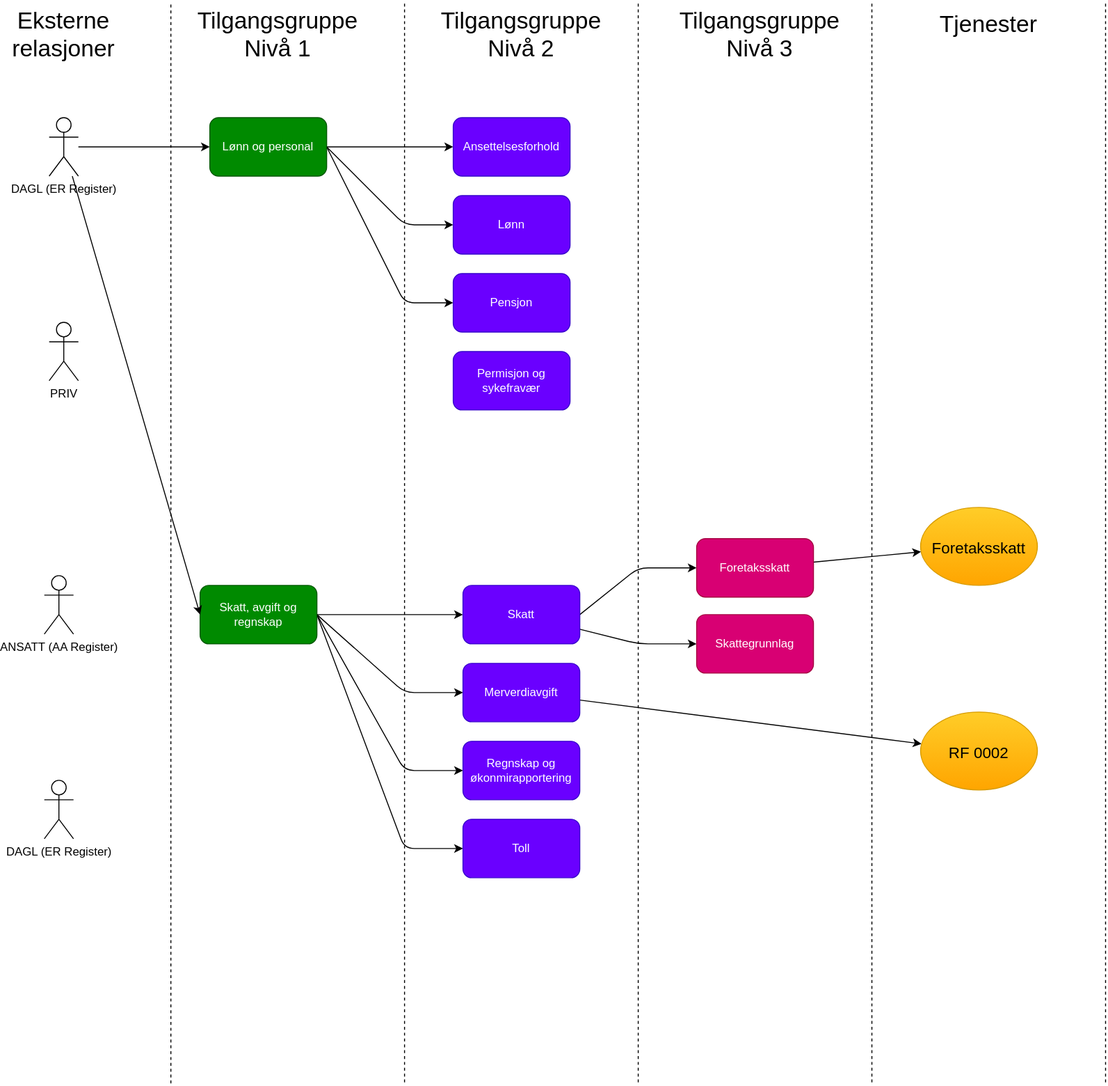
This is content/technology/architecture/components/application/solution/altinn-platform/authorization/accessgroups/hierchy.drawio.svg from Altinn/altinn-studio-docs, a draw.io export, as it was before one commit. Source tidied: cells renumbered, new cells last; positions are measured from the earlier drawing's top-left corner, leaving out a move shared by most shapes.
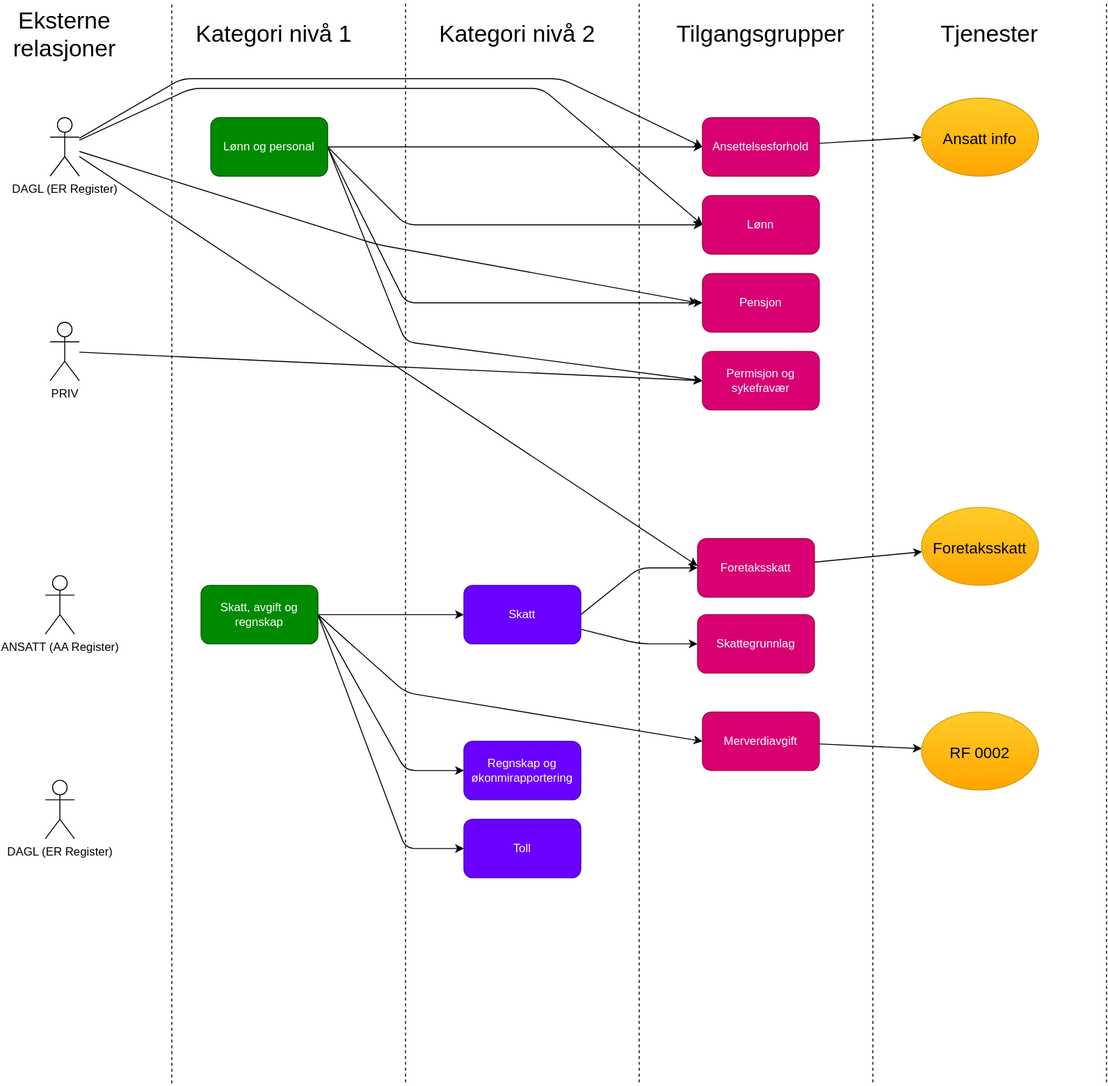
Later version of the same file.

What changed in the source:
```diff
@@ -19,6 +19,13 @@
         </Array>
       </mxGeometry>
     </mxCell>
+    <mxCell id="43" style="edgeStyle=none;html=1;entryX=0;entryY=0.5;entryDx=0;entryDy=0;exitX=1;exitY=0.5;exitDx=0;exitDy=0;" parent="1" edge="1" source="5" target="40">
+      <mxGeometry relative="1" as="geometry">
+        <Array as="points">
+          <mxPoint x="380" y="350" />
+        </Array>
+      </mxGeometry>
+    </mxCell>
     <mxCell id="5" value="Lønn og personal" style="rounded=1;whiteSpace=wrap;html=1;fillColor=#008a00;fontColor=#ffffff;strokeColor=#005700;" parent="1" vertex="1">
       <mxGeometry x="180" y="120" width="120" height="60" as="geometry" />
     </mxCell>
@@ -69,8 +76,8 @@
     <mxCell id="14" style="edgeStyle=none;html=1;fontSize=10;" parent="1" edge="1" source="15" target="42">
       <mxGeometry relative="1" as="geometry" />
     </mxCell>
-    <mxCell id="15" value="Merverdiavgift" style="rounded=1;whiteSpace=wrap;html=1;fillColor=#6a00ff;fontColor=#ffffff;strokeColor=#3700CC;" parent="1" vertex="1">
-      <mxGeometry x="440" y="680" width="120" height="60" as="geometry" />
+    <mxCell id="15" value="Merverdiavgift" style="rounded=1;whiteSpace=wrap;html=1;fillColor=#d80073;fontColor=#ffffff;strokeColor=#A50040;" parent="1" vertex="1">
+      <mxGeometry x="685" y="730" width="120" height="60" as="geometry" />
     </mxCell>
     <mxCell id="16" value="Regnskap og økonmirapportering" style="rounded=1;whiteSpace=wrap;html=1;fillColor=#6a00ff;fontColor=#ffffff;strokeColor=#3700CC;" parent="1" vertex="1">
       <mxGeometry x="440" y="760" width="120" height="60" as="geometry" />
@@ -78,15 +85,42 @@
     <mxCell id="17" value="Toll" style="rounded=1;whiteSpace=wrap;html=1;fillColor=#6a00ff;fontColor=#ffffff;strokeColor=#3700CC;" parent="1" vertex="1">
       <mxGeometry x="440" y="840" width="120" height="60" as="geometry" />
     </mxCell>
-    <mxCell id="18" style="edgeStyle=none;html=1;entryX=0;entryY=0.5;entryDx=0;entryDy=0;fontSize=24;" parent="1" edge="1" source="20" target="5">
-      <mxGeometry relative="1" as="geometry" />
+    <mxCell id="18" style="edgeStyle=none;html=1;fontSize=24;entryX=0;entryY=0.5;entryDx=0;entryDy=0;" parent="1" edge="1" source="20" target="37">
+      <mxGeometry relative="1" as="geometry">
+        <Array as="points">
+          <mxPoint x="150" y="80" />
+          <mxPoint x="350" y="80" />
+          <mxPoint x="540" y="80" />
+        </Array>
+      </mxGeometry>
     </mxCell>
-    <mxCell id="19" style="edgeStyle=none;html=1;entryX=0;entryY=0.5;entryDx=0;entryDy=0;fontSize=24;" parent="1" edge="1" source="20" target="10">
-      <mxGeometry relative="1" as="geometry" />
+    <mxCell id="19" style="edgeStyle=none;html=1;fontSize=24;" parent="1" edge="1" source="20">
+      <mxGeometry relative="1" as="geometry">
+        <mxPoint x="680" y="580" as="targetPoint" />
+      </mxGeometry>
     </mxCell>
+    <mxCell id="44" style="edgeStyle=none;html=1;entryX=0;entryY=0.5;entryDx=0;entryDy=0;" parent="1" edge="1" source="20" target="38">
+      <mxGeometry relative="1" as="geometry">
+        <Array as="points">
+          <mxPoint x="160" y="90" />
+          <mxPoint x="520" y="90" />
+        </Array>
+      </mxGeometry>
+    </mxCell>
+    <mxCell id="45" style="edgeStyle=none;html=1;" parent="1" edge="1" source="20">
+      <mxGeometry relative="1" as="geometry">
+        <mxPoint x="680" y="310" as="targetPoint" />
+        <Array as="points">
+          <mxPoint x="350" y="250" />
+        </Array>
+      </mxGeometry>
+    </mxCell>
     <mxCell id="20" value="DAGL (ER Register)" style="shape=umlActor;verticalLabelPosition=bottom;verticalAlign=top;html=1;outlineConnect=0;" parent="1" vertex="1">
       <mxGeometry x="15" y="120" width="30" height="60" as="geometry" />
     </mxCell>
+    <mxCell id="46" style="edgeStyle=none;html=1;entryX=0;entryY=0.5;entryDx=0;entryDy=0;" parent="1" edge="1" source="21" target="40">
+      <mxGeometry relative="1" as="geometry" />
+    </mxCell>
     <mxCell id="21" value="PRIV" style="shape=umlActor;verticalLabelPosition=bottom;verticalAlign=top;html=1;outlineConnect=0;" parent="1" vertex="1">
       <mxGeometry x="15" y="330" width="30" height="60" as="geometry" />
     </mxCell>
@@ -138,29 +172,32 @@
     <mxCell id="32" value="DAGL (ER Register)" style="shape=umlActor;verticalLabelPosition=bottom;verticalAlign=top;html=1;" parent="1" vertex="1">
       <mxGeometry x="10" y="800" width="30" height="60" as="geometry" />
     </mxCell>
-    <mxCell id="33" value="&lt;span style=&quot;font-size: 24px&quot;&gt;Tilgangsgruppe&lt;br&gt;Nivå 1&lt;br&gt;&lt;/span&gt;" style="text;html=1;strokeColor=none;fillColor=none;align=center;verticalAlign=middle;whiteSpace=wrap;rounded=0;" parent="1" vertex="1">
-      <mxGeometry x="170" y="20" width="160" height="30" as="geometry" />
+    <mxCell id="33" value="&lt;span style=&quot;font-size: 24px&quot;&gt;Kategori nivå 1&lt;br&gt;&lt;/span&gt;" style="text;html=1;strokeColor=none;fillColor=none;align=center;verticalAlign=middle;whiteSpace=wrap;rounded=0;" parent="1" vertex="1">
+      <mxGeometry x="160" y="20" width="170" height="30" as="geometry" />
     </mxCell>
-    <mxCell id="34" value="&lt;span style=&quot;font-size: 24px&quot;&gt;Tilgangsgruppe&lt;br&gt;Nivå 2&lt;br&gt;&lt;/span&gt;" style="text;html=1;strokeColor=none;fillColor=none;align=center;verticalAlign=middle;whiteSpace=wrap;rounded=0;" parent="1" vertex="1">
-      <mxGeometry x="420" y="20" width="160" height="30" as="geometry" />
+    <mxCell id="34" value="&lt;span style=&quot;font-size: 24px&quot;&gt;Kategori nivå 2&lt;br&gt;&lt;/span&gt;" style="text;html=1;strokeColor=none;fillColor=none;align=center;verticalAlign=middle;whiteSpace=wrap;rounded=0;" parent="1" vertex="1">
+      <mxGeometry x="410" y="20" width="170" height="30" as="geometry" />
     </mxCell>
-    <mxCell id="35" value="&lt;span style=&quot;font-size: 24px&quot;&gt;Tilgangsgruppe&lt;br&gt;Nivå 3&lt;br&gt;&lt;/span&gt;" style="text;html=1;strokeColor=none;fillColor=none;align=center;verticalAlign=middle;whiteSpace=wrap;rounded=0;" parent="1" vertex="1">
+    <mxCell id="35" value="&lt;span style=&quot;font-size: 24px&quot;&gt;Tilgangsgrupper&lt;br&gt;&lt;/span&gt;" style="text;html=1;strokeColor=none;fillColor=none;align=center;verticalAlign=middle;whiteSpace=wrap;rounded=0;" parent="1" vertex="1">
       <mxGeometry x="665" y="20" width="160" height="30" as="geometry" />
     </mxCell>
     <mxCell id="36" value="&lt;span style=&quot;font-size: 24px&quot;&gt;Tjenester&lt;br&gt;&lt;/span&gt;" style="text;html=1;strokeColor=none;fillColor=none;align=center;verticalAlign=middle;whiteSpace=wrap;rounded=0;" parent="1" vertex="1">
-      <mxGeometry x="900" y="10" width="160" height="30" as="geometry" />
+      <mxGeometry x="900" y="20" width="160" height="30" as="geometry" />
     </mxCell>
+    <mxCell id="47" style="edgeStyle=none;html=1;entryX=0;entryY=0.5;entryDx=0;entryDy=0;" parent="1" edge="1" source="37" target="48">
+      <mxGeometry relative="1" as="geometry" />
+    </mxCell>
-    <mxCell id="37" value="Ansettelsesforhold" style="rounded=1;whiteSpace=wrap;html=1;fillColor=#6a00ff;fontColor=#ffffff;strokeColor=#3700CC;" parent="1" vertex="1">
-      <mxGeometry x="430" y="120" width="120" height="60" as="geometry" />
+    <mxCell id="37" value="Ansettelsesforhold" style="rounded=1;whiteSpace=wrap;html=1;fillColor=#d80073;fontColor=#ffffff;strokeColor=#A50040;" parent="1" vertex="1">
+      <mxGeometry x="685" y="120" width="120" height="60" as="geometry" />
     </mxCell>
-    <mxCell id="38" value="Lønn" style="rounded=1;whiteSpace=wrap;html=1;fillColor=#6a00ff;fontColor=#ffffff;strokeColor=#3700CC;" parent="1" vertex="1">
-      <mxGeometry x="430" y="200" width="120" height="60" as="geometry" />
+    <mxCell id="38" value="Lønn" style="rounded=1;whiteSpace=wrap;html=1;fillColor=#d80073;fontColor=#ffffff;strokeColor=#A50040;" parent="1" vertex="1">
+      <mxGeometry x="685" y="200" width="120" height="60" as="geometry" />
     </mxCell>
-    <mxCell id="39" value="Pensjon" style="rounded=1;whiteSpace=wrap;html=1;fillColor=#6a00ff;fontColor=#ffffff;strokeColor=#3700CC;" parent="1" vertex="1">
-      <mxGeometry x="430" y="280" width="120" height="60" as="geometry" />
+    <mxCell id="39" value="Pensjon" style="rounded=1;whiteSpace=wrap;html=1;fillColor=#d80073;fontColor=#ffffff;strokeColor=#A50040;" parent="1" vertex="1">
+      <mxGeometry x="685" y="280" width="120" height="60" as="geometry" />
     </mxCell>
-    <mxCell id="40" value="Permisjon og sykefravær" style="rounded=1;whiteSpace=wrap;html=1;fillColor=#6a00ff;fontColor=#ffffff;strokeColor=#3700CC;" parent="1" vertex="1">
-      <mxGeometry x="430" y="360" width="120" height="60" as="geometry" />
+    <mxCell id="40" value="Permisjon og sykefravær" style="rounded=1;whiteSpace=wrap;html=1;fillColor=#d80073;fontColor=#ffffff;strokeColor=#A50040;" parent="1" vertex="1">
+      <mxGeometry x="685" y="360" width="120" height="60" as="geometry" />
     </mxCell>
     <mxCell id="41" value="&lt;font size=&quot;3&quot;&gt;Foretaksskatt&lt;/font&gt;" style="ellipse;whiteSpace=wrap;html=1;fontSize=24;fillColor=#ffcd28;strokeColor=#d79b00;gradientColor=#ffa500;" parent="1" vertex="1">
       <mxGeometry x="910" y="520" width="120" height="80" as="geometry" />
@@ -168,5 +205,8 @@
     <mxCell id="42" value="&lt;font size=&quot;3&quot;&gt;RF 0002&lt;/font&gt;" style="ellipse;whiteSpace=wrap;html=1;fontSize=24;fillColor=#ffcd28;strokeColor=#d79b00;gradientColor=#ffa500;" parent="1" vertex="1">
       <mxGeometry x="910" y="730" width="120" height="80" as="geometry" />
     </mxCell>
+    <mxCell id="48" value="&lt;font size=&quot;3&quot;&gt;Ansatt info&lt;/font&gt;" style="ellipse;whiteSpace=wrap;html=1;fontSize=24;fillColor=#ffcd28;strokeColor=#d79b00;gradientColor=#ffa500;" parent="1" vertex="1">
+      <mxGeometry x="910" y="100" width="120" height="80" as="geometry" />
+    </mxCell>
   </root>
 </mxGraphModel>
```
